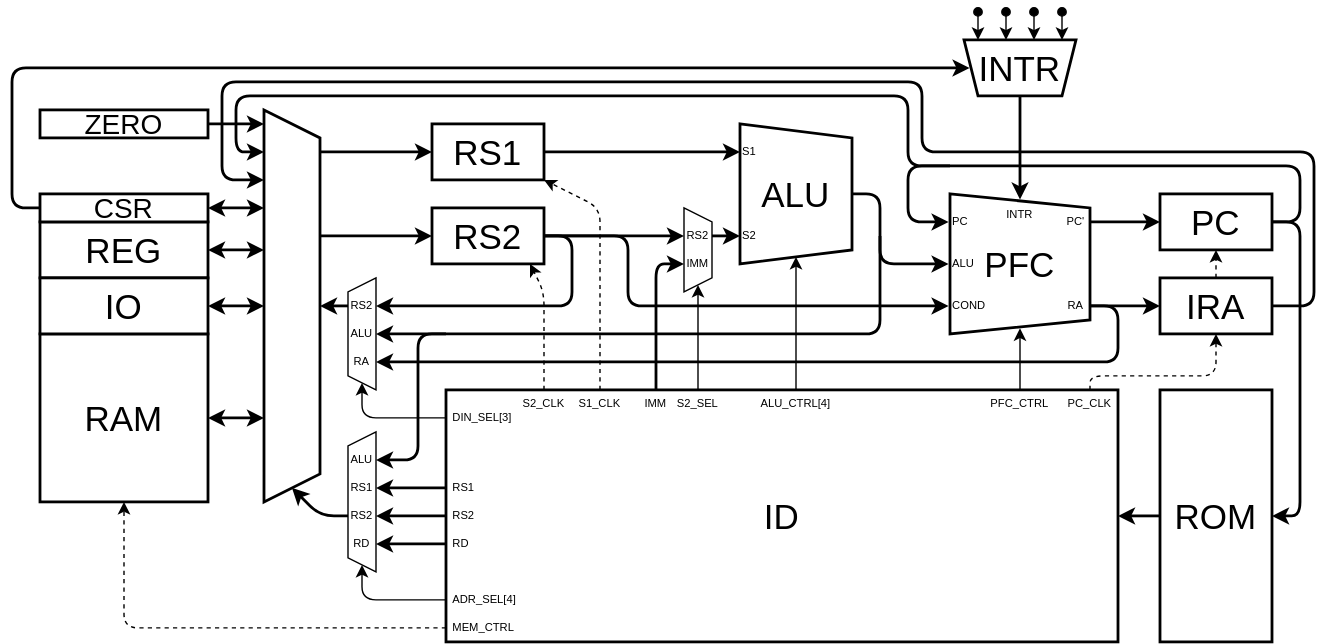
Before: Lab/Computer/RK16/01_Architecture/img/arch.dio.svg, a diagram exported from draw.io (amane-uehara/kanade-k-1228.github.io). Source tidied: cells renumbered, new cells last; positions are measured from the earlier drawing's top-left corner, leaving out a move shared by most shapes.
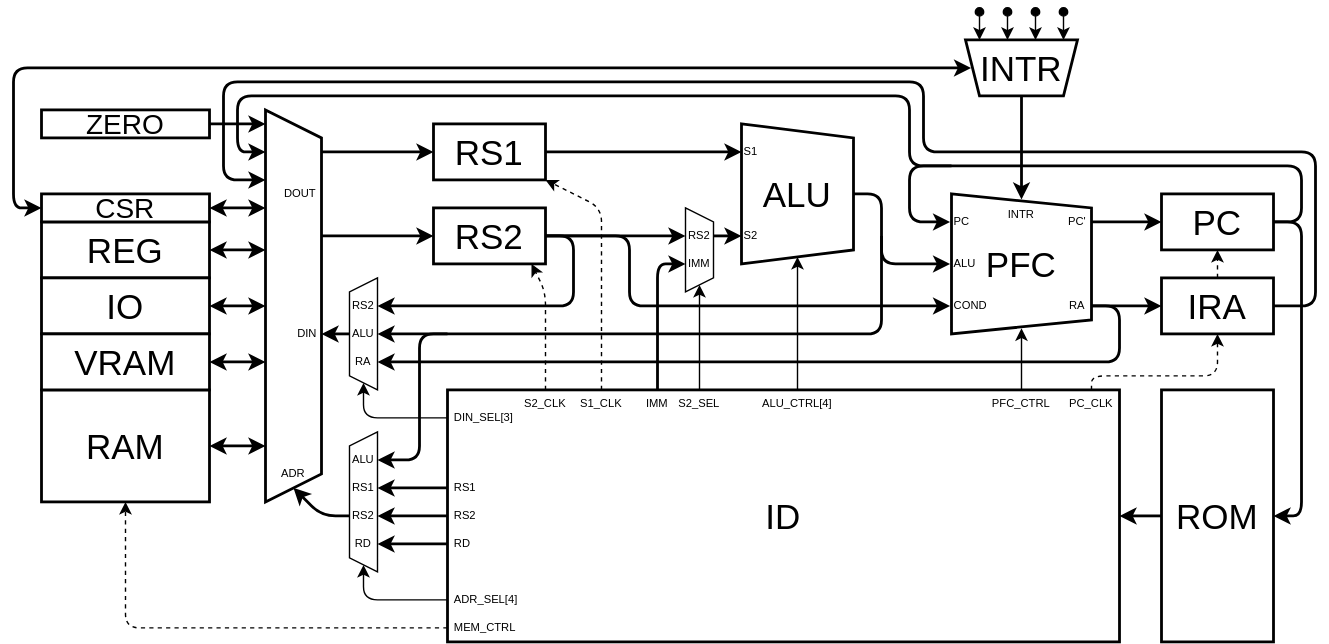
The same file after the commit.

What changed in the source:
```diff
@@ -12,7 +12,7 @@
       <mxGeometry x="820" y="270" width="80" height="180" as="geometry" />
     </mxCell>
     <mxCell id="5" value="RAM" style="rounded=0;whiteSpace=wrap;html=1;fontSize=25;strokeWidth=2;" parent="1" vertex="1">
-      <mxGeometry x="20" y="230" width="120" height="120" as="geometry" />
+      <mxGeometry x="20" y="270" width="120" height="80" as="geometry" />
     </mxCell>
     <mxCell id="6" value="ID" style="rounded=0;whiteSpace=wrap;html=1;fontSize=25;strokeWidth=2;" parent="1" vertex="1">
       <mxGeometry x="310" y="270" width="480" height="180" as="geometry" />
@@ -295,8 +295,8 @@
     </mxCell>
     <mxCell id="57" style="endArrow=classic;html=1;fontSize=25;strokeWidth=2;" parent="1" edge="1">
       <mxGeometry relative="1" as="geometry">
-        <mxPoint x="240" y="210" as="sourcePoint" />
-        <mxPoint x="220" y="210" as="targetPoint" />
+        <mxPoint x="240" y="230" as="sourcePoint" />
+        <mxPoint x="220" y="230" as="targetPoint" />
       </mxGeometry>
     </mxCell>
     <mxCell id="58" style="endArrow=classic;html=1;fontSize=25;startArrow=none;startFill=0;" parent="1" edge="1">
@@ -384,7 +384,7 @@
     <mxCell id="78" value="INTR" style="shape=trapezoid;perimeter=trapezoidPerimeter;whiteSpace=wrap;html=1;fixedSize=1;fontSize=25;direction=west;size=10;strokeWidth=2;" parent="1" vertex="1">
       <mxGeometry x="680" y="20" width="80" height="40" as="geometry" />
     </mxCell>
-    <mxCell id="79" style="endArrow=classic;html=1;fontSize=25;startArrow=none;startFill=0;strokeWidth=2;" parent="1" edge="1">
+    <mxCell id="79" style="endArrow=classic;html=1;fontSize=25;startArrow=classic;startFill=1;strokeWidth=2;" parent="1" edge="1">
       <mxGeometry relative="1" as="geometry">
         <mxPoint x="20" y="140" as="sourcePoint" />
         <mxPoint x="684" y="40" as="targetPoint" />
@@ -452,8 +452,8 @@
     </mxCell>
     <mxCell id="89" style="endArrow=classic;startArrow=classic;html=1;fontSize=25;strokeWidth=2;" parent="1" edge="1">
       <mxGeometry relative="1" as="geometry">
-        <mxPoint x="140" y="290" as="sourcePoint" />
-        <mxPoint x="180" y="290" as="targetPoint" />
+        <mxPoint x="140" y="310" as="sourcePoint" />
+        <mxPoint x="180" y="310" as="targetPoint" />
       </mxGeometry>
     </mxCell>
     <mxCell id="90" style="endArrow=classic;html=1;strokeWidth=2;" parent="1" edge="1">
@@ -492,5 +492,23 @@
         <mxPoint x="750" y="20" as="targetPoint" />
       </mxGeometry>
     </mxCell>
+    <mxCell id="95" value="VRAM" style="rounded=0;whiteSpace=wrap;html=1;fontSize=25;strokeWidth=2;" parent="1" vertex="1">
+      <mxGeometry x="20" y="230" width="120" height="40" as="geometry" />
+    </mxCell>
+    <mxCell id="96" style="endArrow=classic;startArrow=classic;html=1;fontSize=25;strokeWidth=2;" parent="1" edge="1">
+      <mxGeometry relative="1" as="geometry">
+        <mxPoint x="140" y="250" as="sourcePoint" />
+        <mxPoint x="180" y="250" as="targetPoint" />
+      </mxGeometry>
+    </mxCell>
+    <mxCell id="97" value="DIN" style="text;html=1;strokeColor=none;fillColor=none;align=center;verticalAlign=middle;whiteSpace=wrap;rounded=0;rotation=0;fontSize=8;" parent="1" vertex="1">
+      <mxGeometry x="200" y="220" width="20" height="20" as="geometry" />
+    </mxCell>
+    <mxCell id="98" value="ADR" style="text;html=1;strokeColor=none;fillColor=none;align=center;verticalAlign=middle;whiteSpace=wrap;rounded=0;rotation=0;fontSize=8;" parent="1" vertex="1">
+      <mxGeometry x="190" y="320" width="20" height="20" as="geometry" />
+    </mxCell>
+    <mxCell id="99" value="DOUT" style="text;html=1;strokeColor=none;fillColor=none;align=center;verticalAlign=middle;whiteSpace=wrap;rounded=0;rotation=0;fontSize=8;" parent="1" vertex="1">
+      <mxGeometry x="190" y="120" width="30" height="20" as="geometry" />
+    </mxCell>
   </root>
 </mxGraphModel>
```
